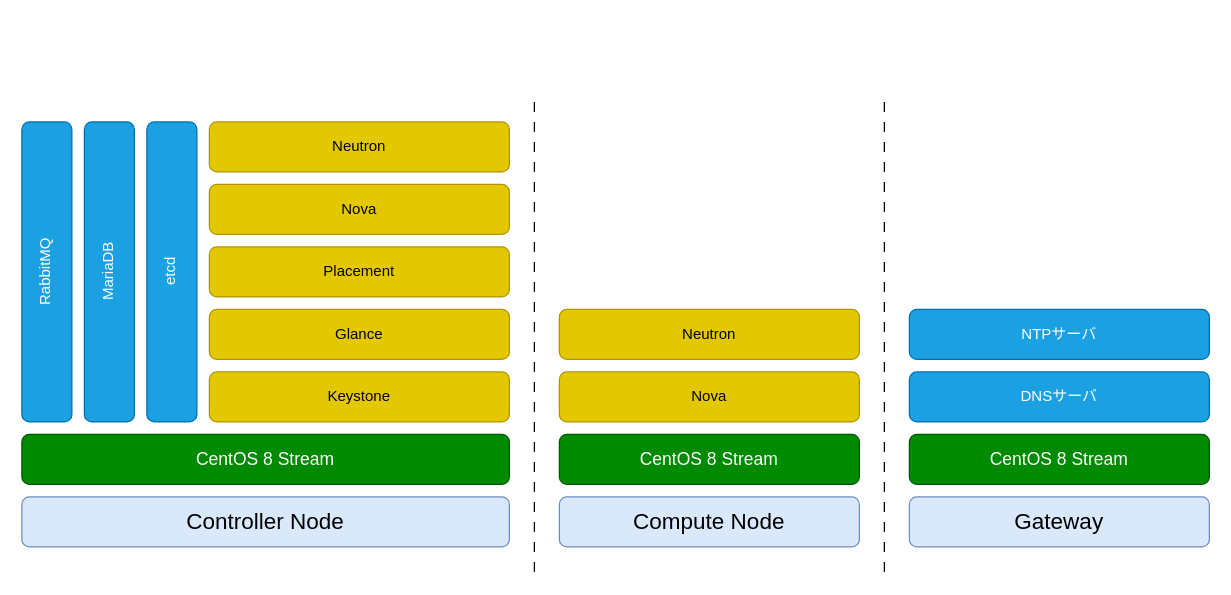
The draw.io diagram _static/image/software_diagram.drawio in 9506hqwy/openstack_study_notes, before the edit. Source tidied: cells renumbered, new cells numbered last; positions are measured from the earlier drawing's top-left corner, leaving out a move shared by most shapes. Both pictures are drawn from the tidied source at 125%, with x=0, y=0 at pixel (21, 96).
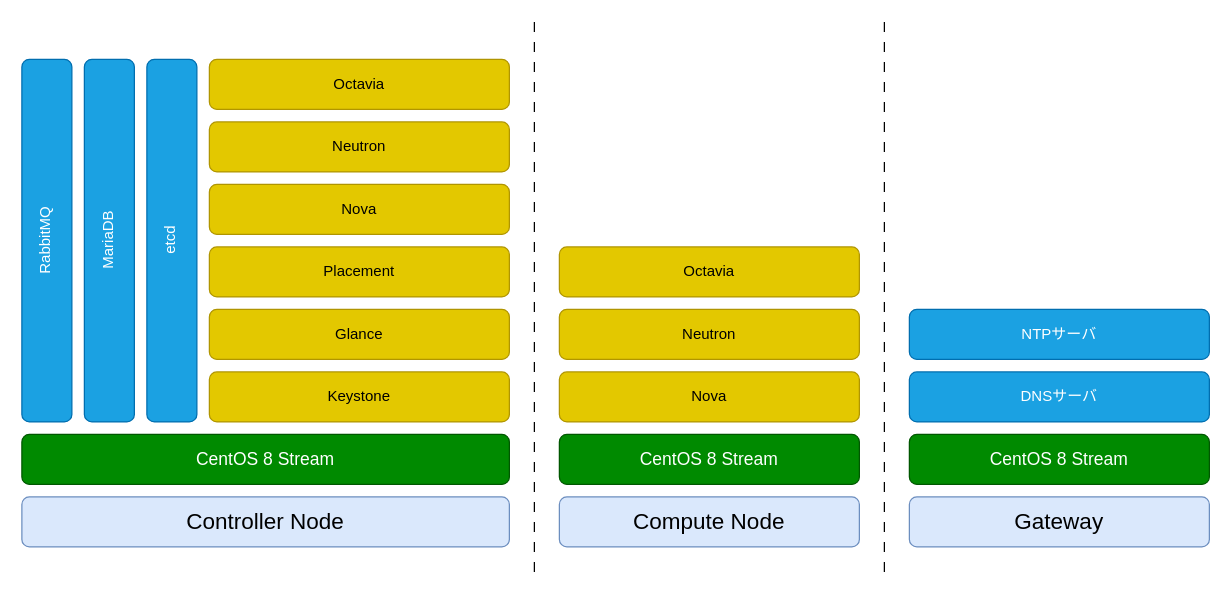
The same page after the edit.

Commit message (it also covers changes not shown here):
Octavia について記載した。

Change to the diagram source:
```diff
@@
     <mxCell id="12" value="RabbitMQ" style="rounded=1;whiteSpace=wrap;html=1;fillColor=#1ba1e2;strokeColor=#006EAF;direction=north;textDirection=vertical-rl;rotation=-180;fontColor=#ffffff;" parent="1" vertex="1">
-      <mxGeometry y="20" width="40" height="240" as="geometry" />
+      <mxGeometry y="-30" width="40" height="290" as="geometry" />
     </mxCell>
     <mxCell id="13" value="MariaDB" style="rounded=1;whiteSpace=wrap;html=1;fillColor=#1ba1e2;strokeColor=#006EAF;direction=north;textDirection=vertical-rl;rotation=-180;fontColor=#ffffff;" parent="1" vertex="1">
-      <mxGeometry x="50" y="20" width="40" height="240" as="geometry" />
+      <mxGeometry x="50" y="-30" width="40" height="290" as="geometry" />
     </mxCell>
     <mxCell id="14" value="etcd" style="rounded=1;whiteSpace=wrap;html=1;fillColor=#1ba1e2;strokeColor=#006EAF;direction=north;textDirection=vertical-rl;rotation=-180;fontColor=#ffffff;" parent="1" vertex="1">
-      <mxGeometry x="100" y="20" width="40" height="240" as="geometry" />
+      <mxGeometry x="100" y="-30" width="40" height="290" as="geometry" />
     </mxCell>
@@
     <mxCell id="20" style="endArrow=none;html=1;rounded=0;dashed=1;dashPattern=8 8;" parent="1" edge="1">
       <mxGeometry relative="1" as="geometry">
         <mxPoint x="690" y="380" as="sourcePoint" />
-        <mxPoint x="690" as="targetPoint" />
+        <mxPoint x="690" y="-60" as="targetPoint" />
       </mxGeometry>
     </mxCell>
     <mxCell id="21" style="endArrow=none;html=1;rounded=0;dashed=1;dashPattern=8 8;" parent="1" edge="1">
       <mxGeometry relative="1" as="geometry">
         <mxPoint x="410" y="380" as="sourcePoint" />
-        <mxPoint x="410" as="targetPoint" />
+        <mxPoint x="410" y="-60" as="targetPoint" />
       </mxGeometry>
     </mxCell>
+    <mxCell id="22" value="Octavia" style="rounded=1;whiteSpace=wrap;html=1;fillColor=#e3c800;strokeColor=#B09500;fontColor=#000000;" parent="1" vertex="1">
+      <mxGeometry x="430" y="120" width="240" height="40" as="geometry" />
+    </mxCell>
+    <mxCell id="23" value="Octavia" style="rounded=1;whiteSpace=wrap;html=1;fillColor=#e3c800;strokeColor=#B09500;fontColor=#000000;" parent="1" vertex="1">
+      <mxGeometry x="150" y="-30" width="240" height="40" as="geometry" />
+    </mxCell>
```
